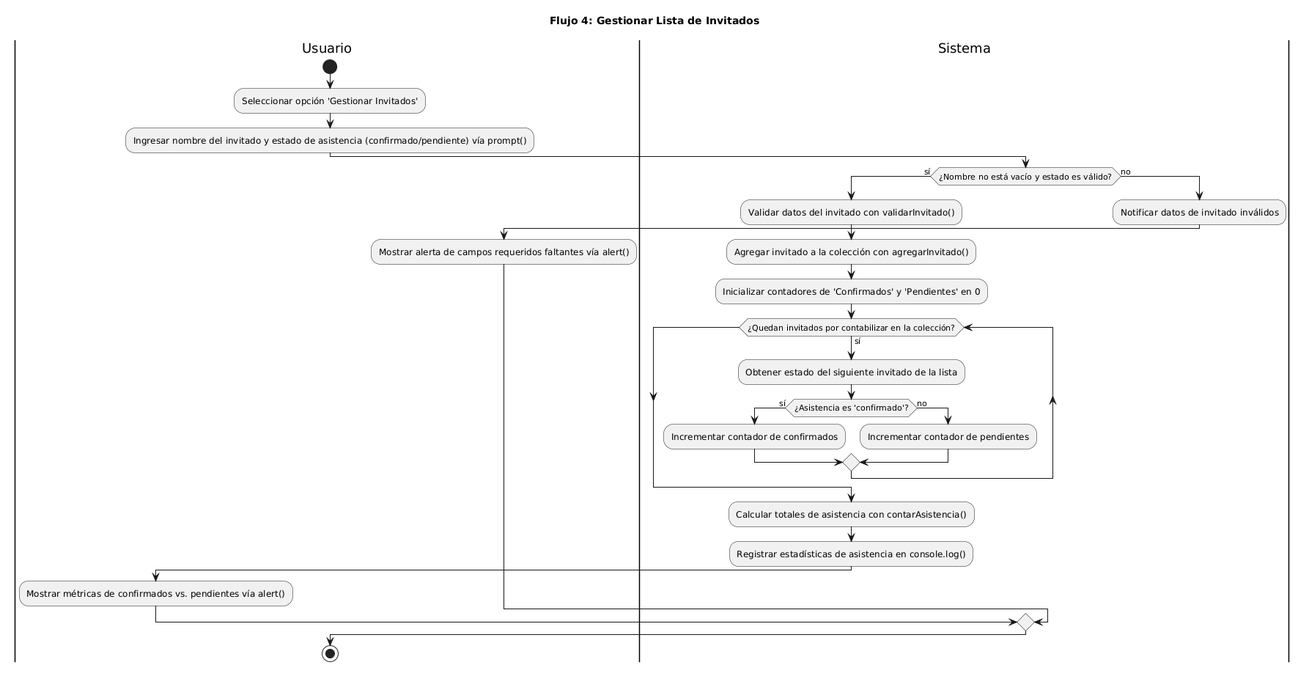
Above: docs/05-diagramas/01-diagrama-de-actividades/actividad-flujo-4-gestionar-invitados.png in carolabenvenuto-uces/planit (PlantUML), before the change.
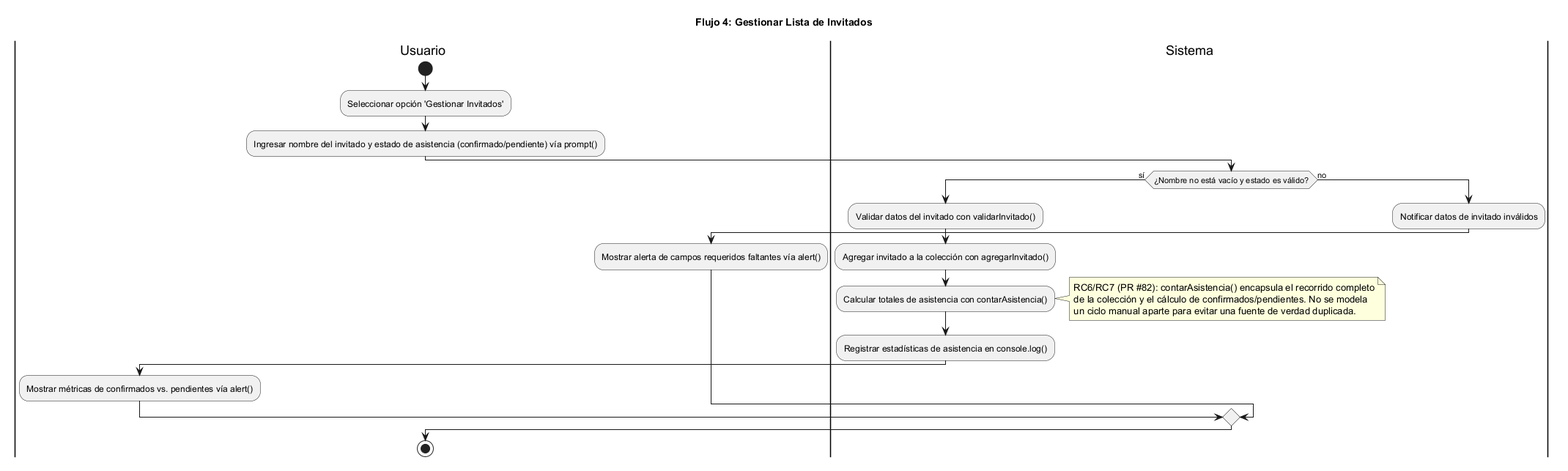
After the commit.

Commit message:
fix(rc6): eliminar conteo manual duplicado en diagrama de invitados

Change to the diagram source:
```diff
@@ -1,4 +1,4 @@
-@startuml
+@startuml actividad-flujo-4-gestionar-invitados
 title Flujo 4: Gestionar Lista de Invitados
 
 |Usuario|
@@ -10,19 +10,12 @@
 if (¿Nombre no está vacío y estado es válido?) then (sí)
   :Validar datos del invitado con validarInvitado();
   :Agregar invitado a la colección con agregarInvitado();
-  :Inicializar contadores de 'Confirmados' y 'Pendientes' en 0;
-
-  while (¿Quedan invitados por contabilizar en la colección?) is (sí)
-    :Obtener estado del siguiente invitado de la lista;
-
-    if (¿Asistencia es 'confirmado'?) then (sí)
-      :Incrementar contador de confirmados;
-    else (no)
-      :Incrementar contador de pendientes;
-    endif
-  endwhile
-
   :Calcular totales de asistencia con contarAsistencia();
+  note right
+    RC6/RC7 (PR #82): contarAsistencia() encapsula el recorrido completo
+    de la colección y el cálculo de confirmados/pendientes. No se modela
+    un ciclo manual aparte para evitar una fuente de verdad duplicada.
+  end note
   :Registrar estadísticas de asistencia en console.log();
 
   |Usuario|
```
